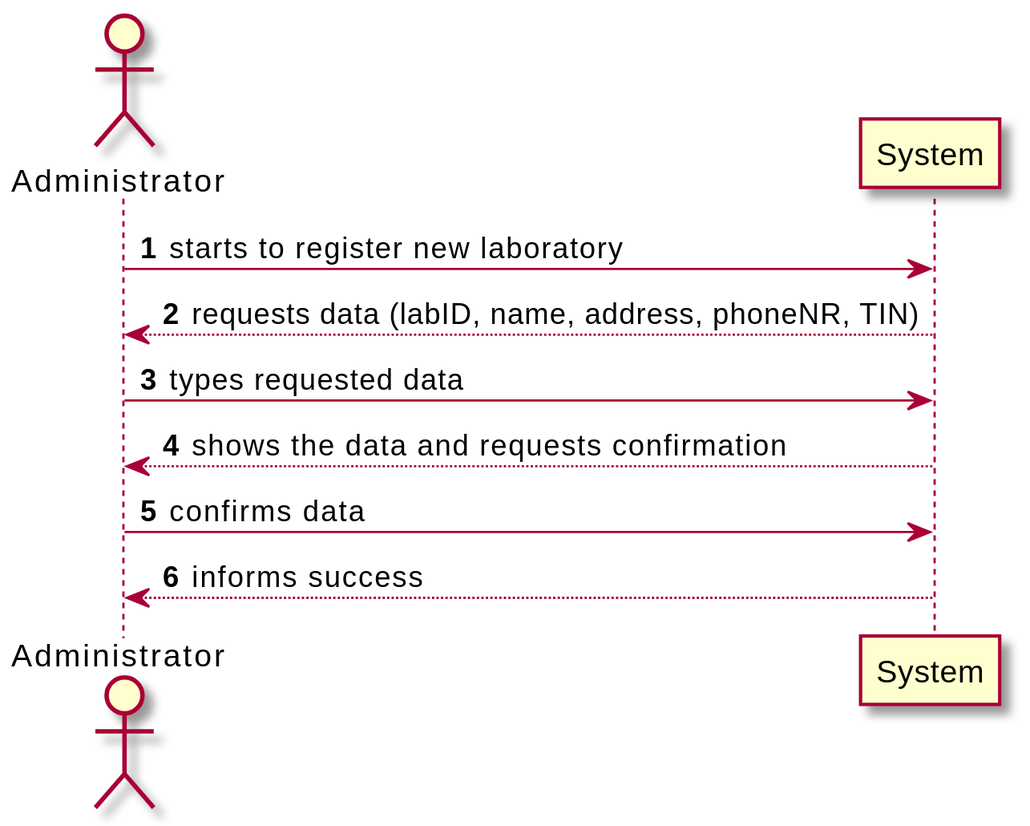
The PlantUML diagram docs/SprintB/US8/US8_SSD.svg in jsmarques98/LAPR2-ISEP, before a commit.
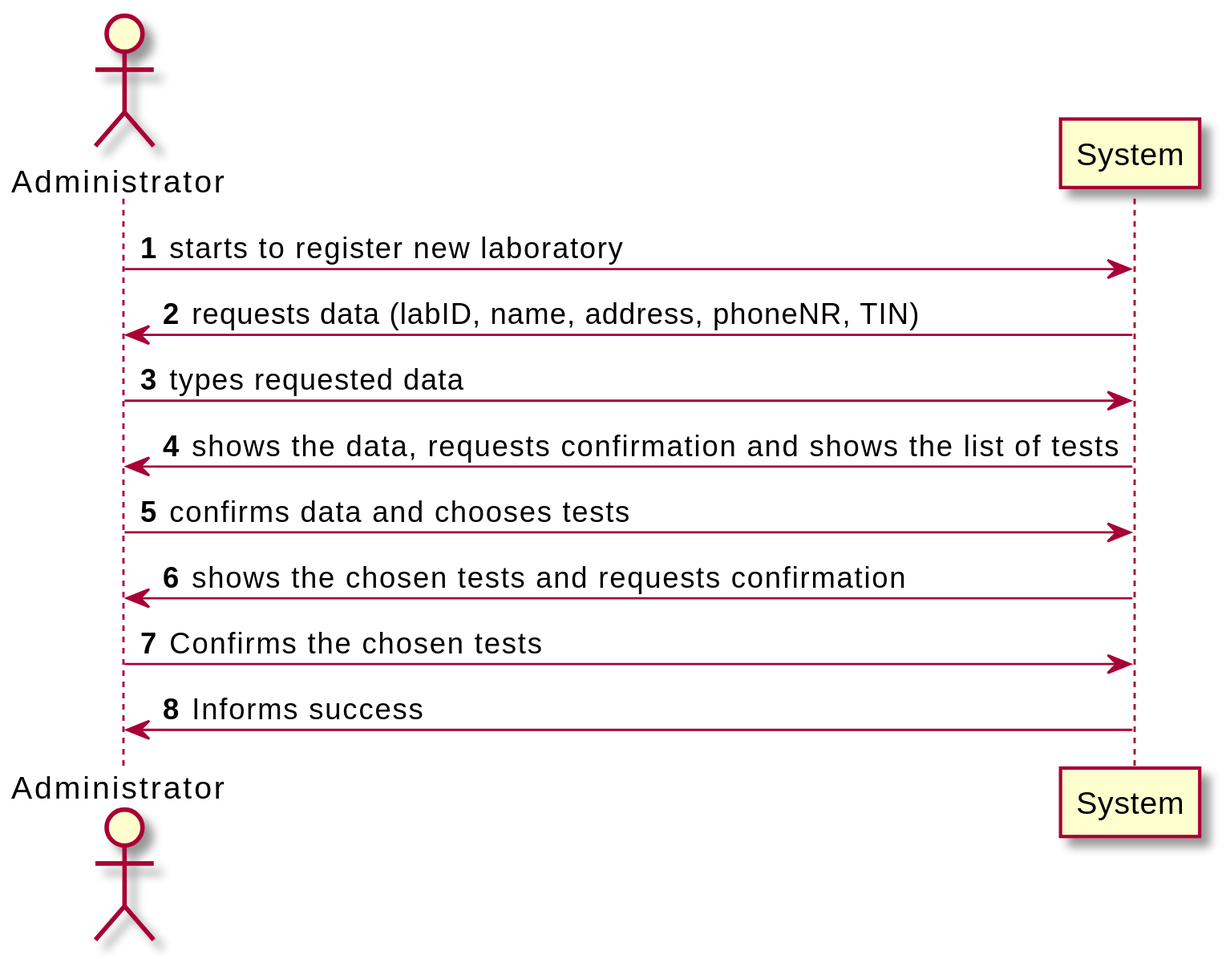
The same file after the commit.

Diff of the diagram source:
```diff
@@ -5,11 +5,14 @@
 actor  "Administrator" as Admin
 
 Admin -> System: starts to register new laboratory
-System --> Admin: requests data (labID, name, address, phoneNR, TIN)
+System -> Admin: requests data (labID, name, address, phoneNR, TIN)
 
 Admin -> System: types requested data
-System --> Admin: shows the data and requests confirmation
+System -> Admin: shows the data, requests confirmation and shows the list of tests
 
-Admin -> System: confirms data
-System --> Admin: informs success
+Admin -> System: confirms data and chooses tests
+System -> Admin: shows the chosen tests and requests confirmation
+
+Admin -> System: Confirms the chosen tests
+System -> Admin: Informs success
 @enduml
```
